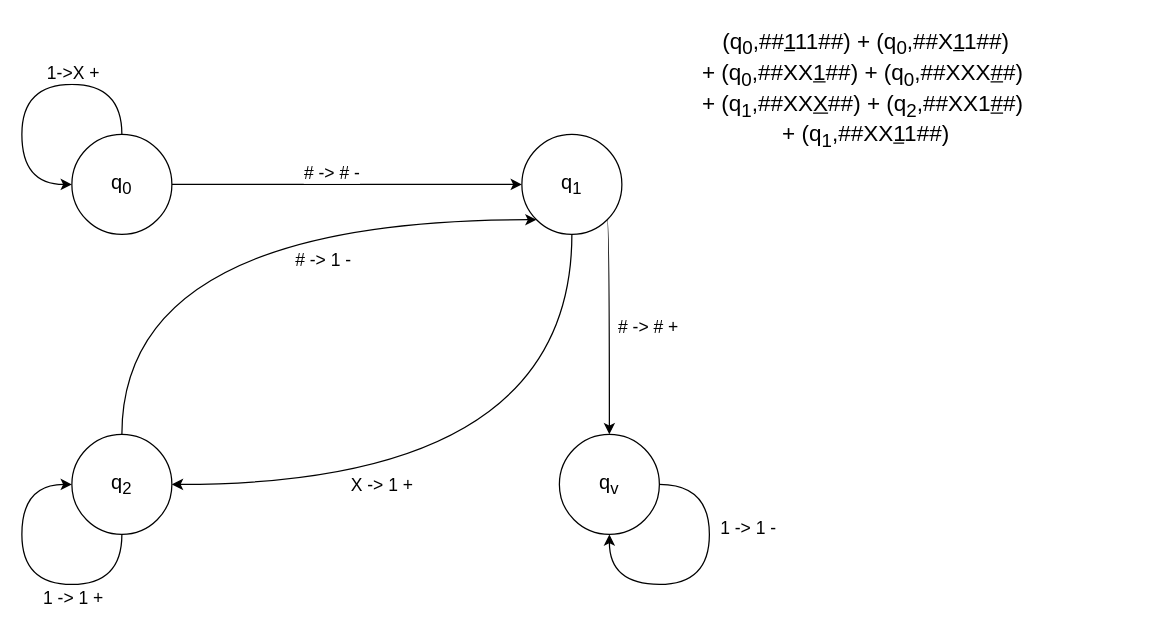
This is elminf.drawio from X-Marosi/SWI_1, a draw.io file, before an edit. Source tidied: cells renumbered, new cells numbered last; positions are measured from the earlier drawing's top-left corner, leaving out a move shared by most shapes. Both pictures are drawn from the tidied source at 125%, with x=0, y=0 at pixel (21, 21).
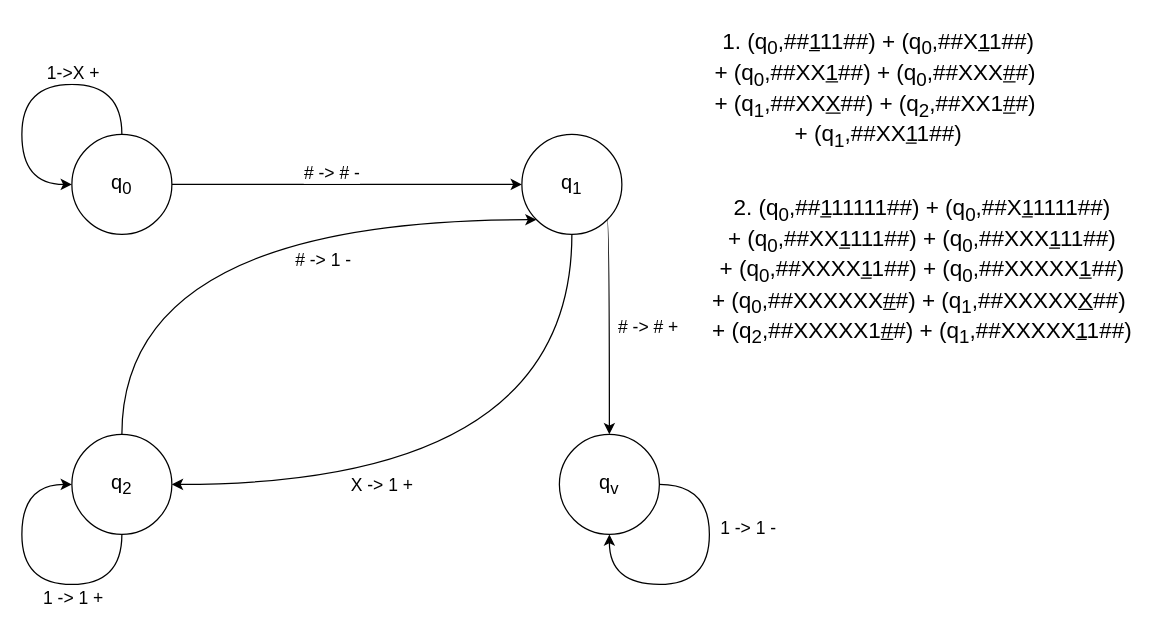
Above is the later version.

Diff of the diagram source:
```diff
@@
-    <mxCell id="20" value="&lt;font style=&quot;font-size: 18px;&quot;&gt;(q&lt;sub style=&quot;&quot;&gt;0&lt;/sub&gt;,##&lt;u style=&quot;&quot;&gt;1&lt;/u&gt;11##) + (q&lt;sub style=&quot;&quot;&gt;0&lt;/sub&gt;,##X&lt;u style=&quot;&quot;&gt;1&lt;/u&gt;1##)&lt;/font&gt;&lt;div style=&quot;font-size: 18px;&quot;&gt;&lt;font style=&quot;font-size: 18px;&quot;&gt;+ (&lt;span style=&quot;background-color: initial;&quot;&gt;q&lt;/span&gt;&lt;sub style=&quot;background-color: initial;&quot;&gt;0&lt;/sub&gt;&lt;span style=&quot;background-color: initial;&quot;&gt;,&lt;/span&gt;&lt;span style=&quot;background-color: initial;&quot;&gt;##XX&lt;/span&gt;&lt;span style=&quot;background-color: initial;&quot;&gt;&lt;u&gt;1&lt;/u&gt;##&lt;/span&gt;&lt;span style=&quot;background-color: initial;&quot;&gt;)&amp;nbsp;&lt;/span&gt;&lt;span style=&quot;background-color: initial;&quot;&gt;+ (&lt;/span&gt;&lt;span style=&quot;background-color: initial;&quot;&gt;q&lt;/span&gt;&lt;span style=&quot;background-color: initial;&quot;&gt;&lt;sub&gt;0&lt;/sub&gt;&lt;/span&gt;&lt;span style=&quot;background-color: initial;&quot;&gt;,&lt;/span&gt;&lt;span style=&quot;background-color: initial;&quot;&gt;##XXX&lt;/span&gt;&lt;span style=&quot;background-color: initial;&quot;&gt;&lt;u&gt;#&lt;/u&gt;#&lt;/span&gt;&lt;span style=&quot;background-color: initial;&quot;&gt;)&amp;nbsp;&lt;/span&gt;&lt;/font&gt;&lt;/div&gt;&lt;div style=&quot;font-size: 18px;&quot;&gt;&lt;font style=&quot;font-size: 18px;&quot;&gt;+ (&lt;span style=&quot;background-color: initial;&quot;&gt;q&lt;/span&gt;&lt;span style=&quot;background-color: initial;&quot;&gt;&lt;sub&gt;1&lt;/sub&gt;&lt;/span&gt;&lt;span style=&quot;background-color: initial;&quot;&gt;,&lt;/span&gt;&lt;span style=&quot;background-color: initial;&quot;&gt;##XX&lt;u&gt;X&lt;/u&gt;&lt;/span&gt;&lt;span style=&quot;background-color: initial;&quot;&gt;##&lt;/span&gt;&lt;span style=&quot;background-color: initial;&quot;&gt;)&amp;nbsp;&lt;/span&gt;&lt;span style=&quot;background-color: initial;&quot;&gt;+ (&lt;/span&gt;&lt;span style=&quot;background-color: initial;&quot;&gt;q&lt;/span&gt;&lt;span style=&quot;background-color: initial;&quot;&gt;&lt;sub&gt;2&lt;/sub&gt;&lt;/span&gt;&lt;span style=&quot;background-color: initial;&quot;&gt;,&lt;/span&gt;&lt;span style=&quot;background-color: initial;&quot;&gt;##XX1&lt;/span&gt;&lt;span style=&quot;background-color: initial;&quot;&gt;&lt;u&gt;#&lt;/u&gt;#&lt;/span&gt;&lt;span style=&quot;background-color: initial;&quot;&gt;)&amp;nbsp;&lt;/span&gt;&lt;/font&gt;&lt;/div&gt;&lt;div style=&quot;font-size: 18px;&quot;&gt;&lt;font style=&quot;font-size: 18px;&quot;&gt;&lt;span style=&quot;background-color: initial;&quot;&gt;+ (&lt;/span&gt;&lt;span style=&quot;background-color: initial;&quot;&gt;q&lt;/span&gt;&lt;span style=&quot;background-color: initial;&quot;&gt;&lt;sub&gt;1&lt;/sub&gt;&lt;/span&gt;&lt;span style=&quot;background-color: initial;&quot;&gt;,&lt;/span&gt;&lt;span style=&quot;background-color: initial;&quot;&gt;##XX&lt;u&gt;1&lt;/u&gt;1&lt;/span&gt;&lt;span style=&quot;background-color: initial;&quot;&gt;##&lt;/span&gt;&lt;span style=&quot;background-color: initial;&quot;&gt;)&lt;/span&gt;&lt;/font&gt;&lt;/div&gt;" style="text;html=1;align=center;verticalAlign=middle;strokeColor=none;fillColor=none;" parent="1" vertex="1">
-      <mxGeometry x="530" width="290" height="110" as="geometry" />
+    <mxCell id="20" value="&lt;font style=&quot;font-size: 18px;&quot;&gt;1. (q&lt;sub style=&quot;&quot;&gt;0&lt;/sub&gt;,##&lt;u style=&quot;&quot;&gt;1&lt;/u&gt;11##) + (q&lt;sub style=&quot;&quot;&gt;0&lt;/sub&gt;,##X&lt;u style=&quot;&quot;&gt;1&lt;/u&gt;1##)&lt;/font&gt;&lt;div style=&quot;font-size: 18px;&quot;&gt;&lt;font style=&quot;font-size: 18px;&quot;&gt;+ (&lt;span style=&quot;background-color: initial;&quot;&gt;q&lt;/span&gt;&lt;sub style=&quot;background-color: initial;&quot;&gt;0&lt;/sub&gt;&lt;span style=&quot;background-color: initial;&quot;&gt;,&lt;/span&gt;&lt;span style=&quot;background-color: initial;&quot;&gt;##XX&lt;/span&gt;&lt;span style=&quot;background-color: initial;&quot;&gt;&lt;u&gt;1&lt;/u&gt;##&lt;/span&gt;&lt;span style=&quot;background-color: initial;&quot;&gt;)&amp;nbsp;&lt;/span&gt;&lt;span style=&quot;background-color: initial;&quot;&gt;+ (&lt;/span&gt;&lt;span style=&quot;background-color: initial;&quot;&gt;q&lt;/span&gt;&lt;span style=&quot;background-color: initial;&quot;&gt;&lt;sub&gt;0&lt;/sub&gt;&lt;/span&gt;&lt;span style=&quot;background-color: initial;&quot;&gt;,&lt;/span&gt;&lt;span style=&quot;background-color: initial;&quot;&gt;##XXX&lt;/span&gt;&lt;span style=&quot;background-color: initial;&quot;&gt;&lt;u&gt;#&lt;/u&gt;#&lt;/span&gt;&lt;span style=&quot;background-color: initial;&quot;&gt;)&amp;nbsp;&lt;/span&gt;&lt;/font&gt;&lt;/div&gt;&lt;div style=&quot;font-size: 18px;&quot;&gt;&lt;font style=&quot;font-size: 18px;&quot;&gt;+ (&lt;span style=&quot;background-color: initial;&quot;&gt;q&lt;/span&gt;&lt;span style=&quot;background-color: initial;&quot;&gt;&lt;sub&gt;1&lt;/sub&gt;&lt;/span&gt;&lt;span style=&quot;background-color: initial;&quot;&gt;,&lt;/span&gt;&lt;span style=&quot;background-color: initial;&quot;&gt;##XX&lt;u&gt;X&lt;/u&gt;&lt;/span&gt;&lt;span style=&quot;background-color: initial;&quot;&gt;##&lt;/span&gt;&lt;span style=&quot;background-color: initial;&quot;&gt;)&amp;nbsp;&lt;/span&gt;&lt;span style=&quot;background-color: initial;&quot;&gt;+ (&lt;/span&gt;&lt;span style=&quot;background-color: initial;&quot;&gt;q&lt;/span&gt;&lt;span style=&quot;background-color: initial;&quot;&gt;&lt;sub&gt;2&lt;/sub&gt;&lt;/span&gt;&lt;span style=&quot;background-color: initial;&quot;&gt;,&lt;/span&gt;&lt;span style=&quot;background-color: initial;&quot;&gt;##XX1&lt;/span&gt;&lt;span style=&quot;background-color: initial;&quot;&gt;&lt;u&gt;#&lt;/u&gt;#&lt;/span&gt;&lt;span style=&quot;background-color: initial;&quot;&gt;)&amp;nbsp;&lt;/span&gt;&lt;/font&gt;&lt;/div&gt;&lt;div style=&quot;font-size: 18px;&quot;&gt;&lt;font style=&quot;font-size: 18px;&quot;&gt;&lt;span style=&quot;background-color: initial;&quot;&gt;+ (&lt;/span&gt;&lt;span style=&quot;background-color: initial;&quot;&gt;q&lt;/span&gt;&lt;span style=&quot;background-color: initial;&quot;&gt;&lt;sub&gt;1&lt;/sub&gt;&lt;/span&gt;&lt;span style=&quot;background-color: initial;&quot;&gt;,&lt;/span&gt;&lt;span style=&quot;background-color: initial;&quot;&gt;##XX&lt;u&gt;1&lt;/u&gt;1&lt;/span&gt;&lt;span style=&quot;background-color: initial;&quot;&gt;##&lt;/span&gt;&lt;span style=&quot;background-color: initial;&quot;&gt;)&lt;/span&gt;&lt;/font&gt;&lt;/div&gt;" style="text;html=1;align=center;verticalAlign=middle;strokeColor=none;fillColor=none;" parent="1" vertex="1">
+      <mxGeometry x="540" width="290" height="110" as="geometry" />
     </mxCell>
+    <mxCell id="21" value="&lt;font style=&quot;font-size: 18px;&quot;&gt;2. (q&lt;sub&gt;0&lt;/sub&gt;,##&lt;u&gt;1&lt;/u&gt;11111##) + (q&lt;sub&gt;0&lt;/sub&gt;,##X&lt;u&gt;1&lt;/u&gt;1111##)&lt;/font&gt;&lt;div style=&quot;font-size: 18px;&quot;&gt;+ (&lt;span style=&quot;background-color: initial;&quot;&gt;q&lt;/span&gt;&lt;sub style=&quot;background-color: initial;&quot;&gt;0&lt;/sub&gt;&lt;span style=&quot;background-color: initial;&quot;&gt;,&lt;/span&gt;&lt;span style=&quot;background-color: initial;&quot;&gt;##XX&lt;/span&gt;&lt;span style=&quot;background-color: initial;&quot;&gt;&lt;u&gt;1&lt;/u&gt;111##&lt;/span&gt;&lt;span style=&quot;background-color: initial;&quot;&gt;)&amp;nbsp;&lt;/span&gt;&lt;span style=&quot;background-color: initial;&quot;&gt;+ (&lt;/span&gt;&lt;span style=&quot;background-color: initial;&quot;&gt;q&lt;/span&gt;&lt;span style=&quot;background-color: initial;&quot;&gt;&lt;sub&gt;0&lt;/sub&gt;&lt;/span&gt;&lt;span style=&quot;background-color: initial;&quot;&gt;,&lt;/span&gt;&lt;span style=&quot;background-color: initial;&quot;&gt;##XXX&lt;u&gt;1&lt;/u&gt;11##&lt;/span&gt;&lt;span style=&quot;background-color: initial;&quot;&gt;)&lt;/span&gt;&lt;/div&gt;&lt;div style=&quot;font-size: 18px;&quot;&gt;&lt;span style=&quot;background-color: initial;&quot;&gt;+ (&lt;/span&gt;&lt;span style=&quot;background-color: initial;&quot;&gt;q&lt;/span&gt;&lt;span style=&quot;background-color: initial;&quot;&gt;&lt;sub&gt;0&lt;/sub&gt;&lt;/span&gt;&lt;span style=&quot;background-color: initial;&quot;&gt;,&lt;/span&gt;&lt;span style=&quot;background-color: initial;&quot;&gt;##XXXX&lt;u&gt;1&lt;/u&gt;1##&lt;/span&gt;&lt;span style=&quot;background-color: initial;&quot;&gt;)&amp;nbsp;&lt;/span&gt;&lt;span style=&quot;background-color: initial;&quot;&gt;+ (&lt;/span&gt;&lt;span style=&quot;background-color: initial;&quot;&gt;q&lt;/span&gt;&lt;span style=&quot;background-color: initial;&quot;&gt;&lt;sub&gt;0&lt;/sub&gt;&lt;/span&gt;&lt;span style=&quot;background-color: initial;&quot;&gt;,&lt;/span&gt;&lt;span style=&quot;background-color: initial;&quot;&gt;##XXXXX&lt;u&gt;1&lt;/u&gt;##&lt;/span&gt;&lt;span style=&quot;background-color: initial;&quot;&gt;)&lt;/span&gt;&lt;/div&gt;&lt;div style=&quot;font-size: 18px;&quot;&gt;&lt;span style=&quot;background-color: initial;&quot;&gt;+ (&lt;/span&gt;&lt;span style=&quot;background-color: initial;&quot;&gt;q&lt;/span&gt;&lt;span style=&quot;background-color: initial;&quot;&gt;&lt;sub&gt;0&lt;/sub&gt;&lt;/span&gt;&lt;span style=&quot;background-color: initial;&quot;&gt;,&lt;/span&gt;&lt;span style=&quot;background-color: initial;&quot;&gt;##XXXXXX&lt;u&gt;#&lt;/u&gt;#&lt;/span&gt;&lt;span style=&quot;background-color: initial;&quot;&gt;)&amp;nbsp;&lt;/span&gt;&lt;span style=&quot;background-color: initial;&quot;&gt;+ (&lt;/span&gt;&lt;span style=&quot;background-color: initial;&quot;&gt;q&lt;/span&gt;&lt;span style=&quot;background-color: initial;&quot;&gt;&lt;sub&gt;1&lt;/sub&gt;&lt;/span&gt;&lt;span style=&quot;background-color: initial;&quot;&gt;,&lt;/span&gt;&lt;span style=&quot;background-color: initial;&quot;&gt;##XXXXX&lt;u&gt;X&lt;/u&gt;&lt;/span&gt;&lt;span style=&quot;background-color: initial;&quot;&gt;##&lt;/span&gt;&lt;span style=&quot;background-color: initial;&quot;&gt;)&amp;nbsp;&lt;/span&gt;&lt;/div&gt;&lt;div style=&quot;font-size: 18px;&quot;&gt;&lt;span style=&quot;background-color: initial;&quot;&gt;+ (&lt;/span&gt;&lt;span style=&quot;background-color: initial;&quot;&gt;q&lt;/span&gt;&lt;span style=&quot;background-color: initial;&quot;&gt;&lt;sub&gt;2&lt;/sub&gt;&lt;/span&gt;&lt;span style=&quot;background-color: initial;&quot;&gt;,&lt;/span&gt;&lt;span style=&quot;background-color: initial;&quot;&gt;##XXXXX1&lt;/span&gt;&lt;span style=&quot;background-color: initial;&quot;&gt;&lt;u&gt;#&lt;/u&gt;#&lt;/span&gt;&lt;span style=&quot;background-color: initial;&quot;&gt;)&amp;nbsp;&lt;/span&gt;&lt;span style=&quot;background-color: initial;&quot;&gt;+ (&lt;/span&gt;&lt;span style=&quot;background-color: initial;&quot;&gt;q&lt;/span&gt;&lt;span style=&quot;background-color: initial;&quot;&gt;&lt;sub&gt;1&lt;/sub&gt;&lt;/span&gt;&lt;span style=&quot;background-color: initial;&quot;&gt;,&lt;/span&gt;&lt;span style=&quot;background-color: initial;&quot;&gt;##XXXXX&lt;u&gt;1&lt;/u&gt;1&lt;/span&gt;&lt;span style=&quot;background-color: initial;&quot;&gt;##&lt;/span&gt;&lt;span style=&quot;background-color: initial;&quot;&gt;)&lt;/span&gt;&lt;/div&gt;" style="text;html=1;align=center;verticalAlign=middle;strokeColor=none;fillColor=none;" parent="1" vertex="1">
+      <mxGeometry x="540" y="130" width="360" height="140" as="geometry" />
+    </mxCell>
```
